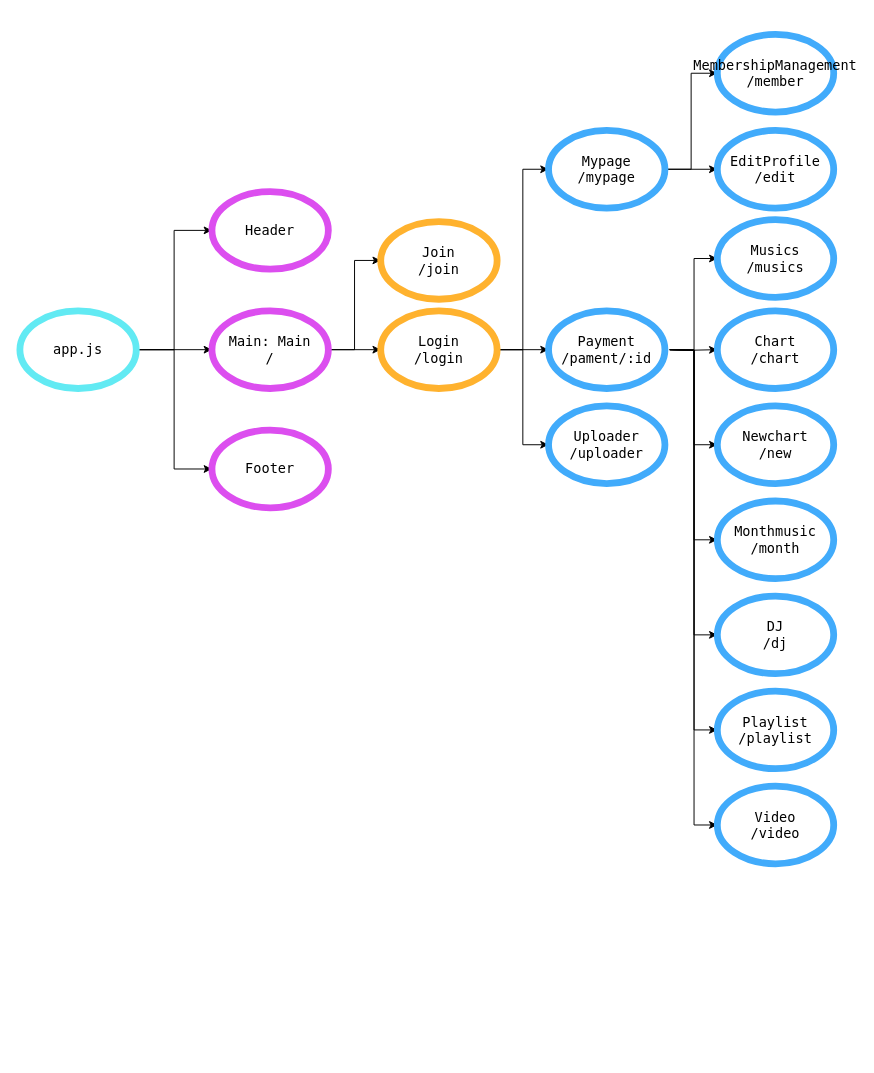
Before: readme-img/front.drawio in yoojaehuek/popol2, a draw.io diagram. Source tidied: cells renumbered, new cells numbered last; positions are measured from the earlier drawing's top-left corner, leaving out a move shared by most shapes. Both pictures are drawn from the tidied source at 97%, with x=0, y=0 at pixel (19, 34).
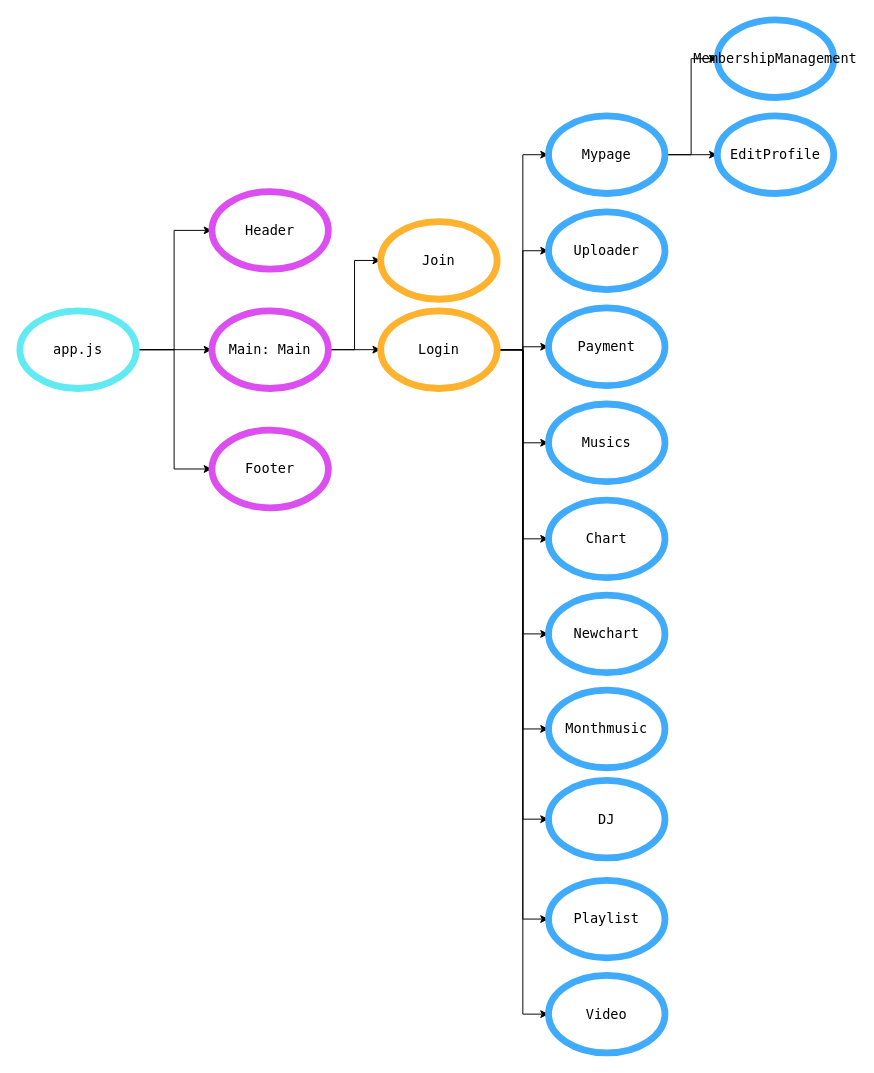
The same page after the edit.

Diff of the diagram source:
```diff
@@
-    <mxCell id="11" value="Main: Main&lt;br style=&quot;font-size: 14px;&quot;&gt;/" style="ellipse;whiteSpace=wrap;html=1;strokeWidth=7;strokeColor=#dc4eef;fontSize=14;fontStyle=0;fontFamily=Lucida Console;" parent="1" vertex="1">
+    <mxCell id="11" value="Main: Main" style="ellipse;whiteSpace=wrap;html=1;strokeWidth=7;strokeColor=#dc4eef;fontSize=14;fontStyle=0;fontFamily=Lucida Console;" parent="1" vertex="1">
       <mxGeometry x="198" y="285" width="120" height="80" as="geometry" />
     </mxCell>
@@
-    <mxCell id="13" style="edgeStyle=orthogonalEdgeStyle;rounded=0;jettySize=auto;html=1;exitX=1;exitY=0.5;exitDx=0;exitDy=0;entryX=0;entryY=0.5;entryDx=0;entryDy=0;fontStyle=0;fontSize=14;" parent="1" edge="1" target="27">
-      <mxGeometry relative="1" as="geometry">
-        <mxPoint x="670" y="325" as="sourcePoint" />
-      </mxGeometry>
-    </mxCell>
-    <mxCell id="14" style="edgeStyle=orthogonalEdgeStyle;rounded=0;jettySize=auto;html=1;exitX=1;exitY=0.5;exitDx=0;exitDy=0;entryX=0;entryY=0.5;entryDx=0;entryDy=0;" parent="1" edge="1" target="28">
-      <mxGeometry relative="1" as="geometry">
-        <mxPoint x="670" y="325" as="sourcePoint" />
-      </mxGeometry>
-    </mxCell>
-    <mxCell id="15" style="edgeStyle=orthogonalEdgeStyle;rounded=0;jettySize=auto;html=1;exitX=1;exitY=0.5;exitDx=0;exitDy=0;entryX=0;entryY=0.5;entryDx=0;entryDy=0;" parent="1" edge="1" target="29">
-      <mxGeometry relative="1" as="geometry">
-        <mxPoint x="670" y="325" as="sourcePoint" />
-      </mxGeometry>
-    </mxCell>
-    <mxCell id="16" style="edgeStyle=orthogonalEdgeStyle;rounded=0;jettySize=auto;html=1;exitX=1;exitY=0.5;exitDx=0;exitDy=0;entryX=0;entryY=0.5;entryDx=0;entryDy=0;" parent="1" edge="1" target="30">
-      <mxGeometry relative="1" as="geometry">
-        <mxPoint x="670" y="325" as="sourcePoint" />
-      </mxGeometry>
-    </mxCell>
-    <mxCell id="17" style="edgeStyle=orthogonalEdgeStyle;rounded=0;jettySize=auto;html=1;exitX=1;exitY=0.5;exitDx=0;exitDy=0;entryX=0;entryY=0.5;entryDx=0;entryDy=0;" parent="1" edge="1" target="31">
-      <mxGeometry relative="1" as="geometry">
-        <mxPoint x="670" y="325" as="sourcePoint" />
-      </mxGeometry>
-    </mxCell>
-    <mxCell id="18" style="edgeStyle=orthogonalEdgeStyle;rounded=0;jettySize=auto;html=1;exitX=1;exitY=0.5;exitDx=0;exitDy=0;entryX=0;entryY=0.5;entryDx=0;entryDy=0;" parent="1" edge="1" target="32">
-      <mxGeometry relative="1" as="geometry">
-        <mxPoint x="670" y="325" as="sourcePoint" />
-      </mxGeometry>
-    </mxCell>
-    <mxCell id="19" style="edgeStyle=orthogonalEdgeStyle;rounded=0;jettySize=auto;html=1;exitX=1;exitY=0.5;exitDx=0;exitDy=0;entryX=0;entryY=0.5;entryDx=0;entryDy=0;" parent="1" edge="1" target="33">
-      <mxGeometry relative="1" as="geometry">
-        <mxPoint x="670" y="325" as="sourcePoint" />
-      </mxGeometry>
-    </mxCell>
+    <mxCell id="21" style="edgeStyle=orthogonalEdgeStyle;rounded=0;jettySize=auto;html=1;exitX=1;exitY=0.5;exitDx=0;exitDy=0;entryX=0;entryY=0.5;entryDx=0;entryDy=0;" parent="1" edge="1" source="22" target="36">
+      <mxGeometry relative="1" as="geometry" />
+    </mxCell>
-    <mxCell id="20" style="edgeStyle=orthogonalEdgeStyle;rounded=0;jettySize=auto;html=1;entryX=0;entryY=0.5;entryDx=0;entryDy=0;" parent="1" edge="1" source="22" target="37">
+    <mxCell id="20" style="edgeStyle=orthogonalEdgeStyle;rounded=0;jettySize=auto;html=1;exitX=1;exitY=0.5;exitDx=0;exitDy=0;entryX=0;entryY=0.5;entryDx=0;entryDy=0;" parent="1" edge="1" source="22" target="37">
       <mxGeometry relative="1" as="geometry" />
     </mxCell>
-    <mxCell id="21" style="edgeStyle=orthogonalEdgeStyle;rounded=0;jettySize=auto;html=1;exitX=1;exitY=0.5;exitDx=0;exitDy=0;entryX=0;entryY=0.5;entryDx=0;entryDy=0;" parent="1" edge="1" source="22" target="36">
-      <mxGeometry relative="1" as="geometry" />
-    </mxCell>
+    <mxCell id="38" style="edgeStyle=orthogonalEdgeStyle;rounded=0;jettySize=auto;html=1;exitX=1;exitY=0.5;exitDx=0;exitDy=0;entryX=0;entryY=0.5;entryDx=0;entryDy=0;" parent="1" edge="1" source="22" target="28">
+      <mxGeometry relative="1" as="geometry" />
+    </mxCell>
+    <mxCell id="39" style="edgeStyle=orthogonalEdgeStyle;rounded=0;jettySize=auto;html=1;exitX=1;exitY=0.5;exitDx=0;exitDy=0;entryX=0;entryY=0.5;entryDx=0;entryDy=0;" parent="1" edge="1" source="22" target="27">
+      <mxGeometry relative="1" as="geometry" />
+    </mxCell>
+    <mxCell id="40" style="edgeStyle=orthogonalEdgeStyle;rounded=0;jettySize=auto;html=1;exitX=1;exitY=0.5;exitDx=0;exitDy=0;entryX=0;entryY=0.5;entryDx=0;entryDy=0;" parent="1" edge="1" source="22" target="29">
+      <mxGeometry relative="1" as="geometry" />
+    </mxCell>
+    <mxCell id="41" style="edgeStyle=orthogonalEdgeStyle;rounded=0;jettySize=auto;html=1;exitX=1;exitY=0.5;exitDx=0;exitDy=0;entryX=0;entryY=0.5;entryDx=0;entryDy=0;" parent="1" edge="1" source="22" target="30">
+      <mxGeometry relative="1" as="geometry" />
+    </mxCell>
+    <mxCell id="42" style="edgeStyle=orthogonalEdgeStyle;rounded=0;jettySize=auto;html=1;exitX=1;exitY=0.5;exitDx=0;exitDy=0;entryX=0;entryY=0.5;entryDx=0;entryDy=0;" parent="1" edge="1" source="22" target="31">
+      <mxGeometry relative="1" as="geometry" />
+    </mxCell>
+    <mxCell id="43" style="edgeStyle=orthogonalEdgeStyle;rounded=0;jettySize=auto;html=1;exitX=1;exitY=0.5;exitDx=0;exitDy=0;entryX=0;entryY=0.5;entryDx=0;entryDy=0;" parent="1" edge="1" source="22" target="32">
+      <mxGeometry relative="1" as="geometry" />
+    </mxCell>
+    <mxCell id="44" style="edgeStyle=orthogonalEdgeStyle;rounded=0;jettySize=auto;html=1;exitX=1;exitY=0.5;exitDx=0;exitDy=0;entryX=0;entryY=0.5;entryDx=0;entryDy=0;" parent="1" edge="1" source="22" target="33">
+      <mxGeometry relative="1" as="geometry" />
+    </mxCell>
-    <mxCell id="22" value="Login&lt;br style=&quot;font-size: 14px;&quot;&gt;/login" style="ellipse;whiteSpace=wrap;html=1;strokeWidth=7;strokeColor=#ffb22e;fontSize=14;fontStyle=0;fontFamily=Lucida Console;" parent="1" vertex="1">
+    <mxCell id="22" value="Login" style="ellipse;whiteSpace=wrap;html=1;strokeWidth=7;strokeColor=#ffb22e;fontSize=14;fontStyle=0;fontFamily=Lucida Console;" parent="1" vertex="1">
       <mxGeometry x="372" y="285" width="120" height="80" as="geometry" />
     </mxCell>
-    <mxCell id="23" value="Join&lt;br style=&quot;font-size: 14px;&quot;&gt;/join" style="ellipse;whiteSpace=wrap;html=1;strokeWidth=7;strokeColor=#ffb22e;fontSize=14;fontStyle=0;fontFamily=Lucida Console;" parent="1" vertex="1">
+    <mxCell id="23" value="Join" style="ellipse;whiteSpace=wrap;html=1;strokeWidth=7;strokeColor=#ffb22e;fontSize=14;fontStyle=0;fontFamily=Lucida Console;" parent="1" vertex="1">
       <mxGeometry x="372" y="193" width="120" height="80" as="geometry" />
     </mxCell>
@@
-    <mxCell id="26" value="Mypage&lt;br style=&quot;font-size: 14px;&quot;&gt;/mypage" style="ellipse;whiteSpace=wrap;html=1;strokeWidth=7;strokeColor=#41abfb;fontSize=14;fontStyle=0;fontFamily=Lucida Console;" parent="1" vertex="1">
-      <mxGeometry x="545" y="99" width="120" height="80" as="geometry" />
+    <mxCell id="26" value="Mypage" style="ellipse;whiteSpace=wrap;html=1;strokeWidth=7;strokeColor=#41abfb;fontSize=14;fontStyle=0;fontFamily=Lucida Console;" parent="1" vertex="1">
+      <mxGeometry x="545" y="84" width="120" height="80" as="geometry" />
     </mxCell>
-    <mxCell id="27" value="Chart&lt;br style=&quot;font-size: 14px;&quot;&gt;/chart" style="ellipse;whiteSpace=wrap;html=1;strokeWidth=7;strokeColor=#41abfb;fontSize=14;fontStyle=0;fontFamily=Lucida Console;" parent="1" vertex="1">
-      <mxGeometry x="719" y="285" width="120" height="80" as="geometry" />
+    <mxCell id="27" value="Chart" style="ellipse;whiteSpace=wrap;html=1;strokeWidth=7;strokeColor=#41abfb;fontSize=14;fontStyle=0;fontFamily=Lucida Console;" parent="1" vertex="1">
+      <mxGeometry x="545" y="480" width="120" height="80" as="geometry" />
     </mxCell>
-    <mxCell id="28" value="Musics&lt;br&gt;/musics" style="ellipse;whiteSpace=wrap;html=1;strokeWidth=7;strokeColor=#41abfb;fontSize=14;fontStyle=0;fontFamily=Lucida Console;" parent="1" vertex="1">
-      <mxGeometry x="719" y="191" width="120" height="80" as="geometry" />
+    <mxCell id="28" value="Musics" style="ellipse;whiteSpace=wrap;html=1;strokeWidth=7;strokeColor=#41abfb;fontSize=14;fontStyle=0;fontFamily=Lucida Console;" parent="1" vertex="1">
+      <mxGeometry x="545" y="381" width="120" height="80" as="geometry" />
     </mxCell>
-    <mxCell id="29" value="Newchart&lt;br style=&quot;font-size: 14px;&quot;&gt;/new" style="ellipse;whiteSpace=wrap;html=1;strokeWidth=7;strokeColor=#41abfb;fontSize=14;fontStyle=0;fontFamily=Lucida Console;" parent="1" vertex="1">
-      <mxGeometry x="719" y="383" width="120" height="80" as="geometry" />
+    <mxCell id="29" value="Newchart" style="ellipse;whiteSpace=wrap;html=1;strokeWidth=7;strokeColor=#41abfb;fontSize=14;fontStyle=0;fontFamily=Lucida Console;" parent="1" vertex="1">
+      <mxGeometry x="545" y="578" width="120" height="80" as="geometry" />
     </mxCell>
-    <mxCell id="30" value="Monthmusic&lt;br&gt;/month" style="ellipse;whiteSpace=wrap;html=1;strokeWidth=7;strokeColor=#41abfb;fontSize=14;fontStyle=0;fontFamily=Lucida Console;" parent="1" vertex="1">
-      <mxGeometry x="719" y="481" width="120" height="80" as="geometry" />
+    <mxCell id="30" value="Monthmusic" style="ellipse;whiteSpace=wrap;html=1;strokeWidth=7;strokeColor=#41abfb;fontSize=14;fontStyle=0;fontFamily=Lucida Console;" parent="1" vertex="1">
+      <mxGeometry x="545" y="676" width="120" height="80" as="geometry" />
     </mxCell>
-    <mxCell id="31" value="DJ&lt;br&gt;/dj" style="ellipse;whiteSpace=wrap;html=1;strokeWidth=7;strokeColor=#41abfb;fontSize=14;fontStyle=0;fontFamily=Lucida Console;" parent="1" vertex="1">
-      <mxGeometry x="719" y="579" width="120" height="80" as="geometry" />
+    <mxCell id="31" value="DJ" style="ellipse;whiteSpace=wrap;html=1;strokeWidth=7;strokeColor=#41abfb;fontSize=14;fontStyle=0;fontFamily=Lucida Console;" parent="1" vertex="1">
+      <mxGeometry x="545" y="769" width="120" height="80" as="geometry" />
     </mxCell>
-    <mxCell id="32" value="Playlist&lt;br&gt;/playlist" style="ellipse;whiteSpace=wrap;html=1;strokeWidth=7;strokeColor=#41abfb;fontSize=14;fontStyle=0;fontFamily=Lucida Console;" parent="1" vertex="1">
-      <mxGeometry x="719" y="677" width="120" height="80" as="geometry" />
+    <mxCell id="32" value="Playlist" style="ellipse;whiteSpace=wrap;html=1;strokeWidth=7;strokeColor=#41abfb;fontSize=14;fontStyle=0;fontFamily=Lucida Console;" parent="1" vertex="1">
+      <mxGeometry x="545" y="872" width="120" height="80" as="geometry" />
     </mxCell>
-    <mxCell id="33" value="Video&lt;br&gt;/video" style="ellipse;whiteSpace=wrap;html=1;strokeWidth=7;strokeColor=#41abfb;fontSize=14;fontStyle=0;fontFamily=Lucida Console;" parent="1" vertex="1">
-      <mxGeometry x="719" y="775" width="120" height="80" as="geometry" />
+    <mxCell id="33" value="Video" style="ellipse;whiteSpace=wrap;html=1;strokeWidth=7;strokeColor=#41abfb;fontSize=14;fontStyle=0;fontFamily=Lucida Console;" parent="1" vertex="1">
+      <mxGeometry x="545" y="970" width="120" height="80" as="geometry" />
     </mxCell>
-    <mxCell id="34" value="EditProfile&lt;br&gt;/edit&lt;br&gt;" style="ellipse;whiteSpace=wrap;html=1;strokeWidth=7;strokeColor=#41abfb;fontSize=14;fontStyle=0;fontFamily=Lucida Console;" parent="1" vertex="1">
-      <mxGeometry x="719" y="99" width="120" height="80" as="geometry" />
+    <mxCell id="34" value="EditProfile" style="ellipse;whiteSpace=wrap;html=1;strokeWidth=7;strokeColor=#41abfb;fontSize=14;fontStyle=0;fontFamily=Lucida Console;" parent="1" vertex="1">
+      <mxGeometry x="719" y="84" width="120" height="80" as="geometry" />
     </mxCell>
-    <mxCell id="35" value="MembershipManagement&lt;br&gt;/member" style="ellipse;whiteSpace=wrap;html=1;strokeWidth=7;strokeColor=#41abfb;fontSize=14;fontStyle=0;fontFamily=Lucida Console;" parent="1" vertex="1">
-      <mxGeometry x="719" width="120" height="80" as="geometry" />
+    <mxCell id="35" value="MembershipManagement" style="ellipse;whiteSpace=wrap;html=1;strokeWidth=7;strokeColor=#41abfb;fontSize=14;fontStyle=0;fontFamily=Lucida Console;" parent="1" vertex="1">
+      <mxGeometry x="719" y="-15" width="120" height="80" as="geometry" />
     </mxCell>
-    <mxCell id="36" value="Uploader&lt;br&gt;/uploader" style="ellipse;whiteSpace=wrap;html=1;strokeWidth=7;strokeColor=#41abfb;fontSize=14;fontStyle=0;fontFamily=Lucida Console;" parent="1" vertex="1">
-      <mxGeometry x="545" y="383" width="120" height="80" as="geometry" />
+    <mxCell id="36" value="Uploader" style="ellipse;whiteSpace=wrap;html=1;strokeWidth=7;strokeColor=#41abfb;fontSize=14;fontStyle=0;fontFamily=Lucida Console;" parent="1" vertex="1">
+      <mxGeometry x="545" y="183" width="120" height="80" as="geometry" />
     </mxCell>
-    <mxCell id="37" value="Payment&lt;br&gt;/pament/:id" style="ellipse;whiteSpace=wrap;html=1;strokeWidth=7;strokeColor=#41abfb;fontSize=14;fontStyle=0;fontFamily=Lucida Console;" parent="1" vertex="1">
-      <mxGeometry x="545" y="285" width="120" height="80" as="geometry" />
+    <mxCell id="37" value="Payment" style="ellipse;whiteSpace=wrap;html=1;strokeWidth=7;strokeColor=#41abfb;fontSize=14;fontStyle=0;fontFamily=Lucida Console;" parent="1" vertex="1">
+      <mxGeometry x="545" y="282" width="120" height="80" as="geometry" />
     </mxCell>
```
